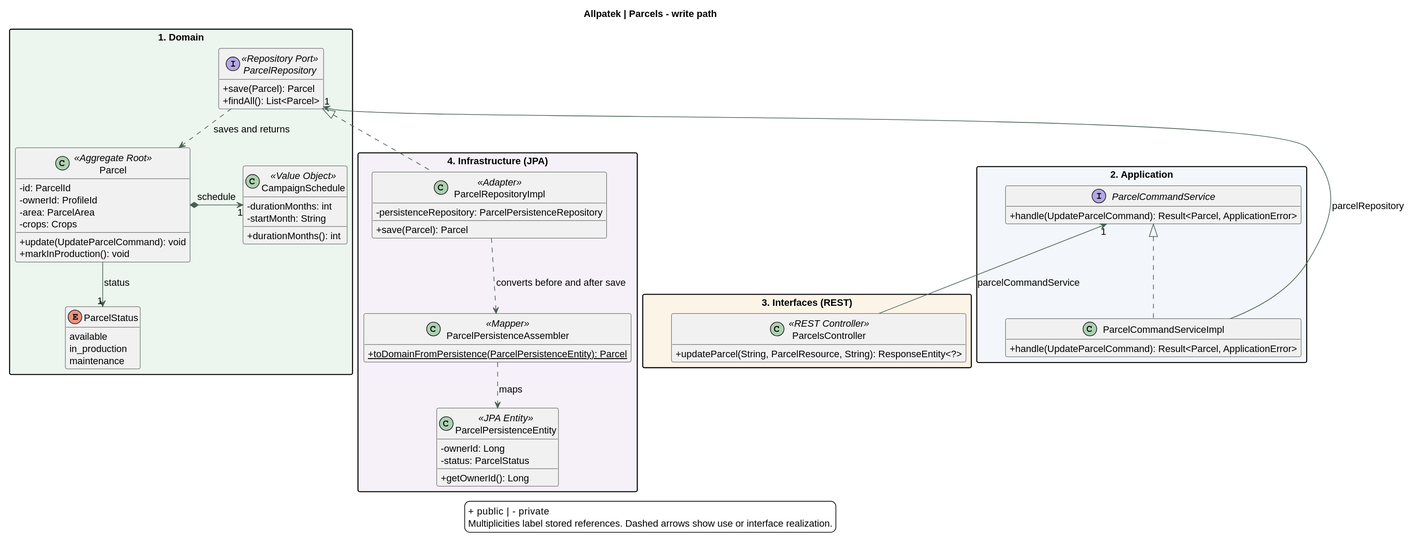
This is assets/chapter-04/architecture/09-classes-plots.svg from upc-pre-202620-1asi0729-7753-Terranova/allpatek-report, a PlantUML export, as it was before one commit.
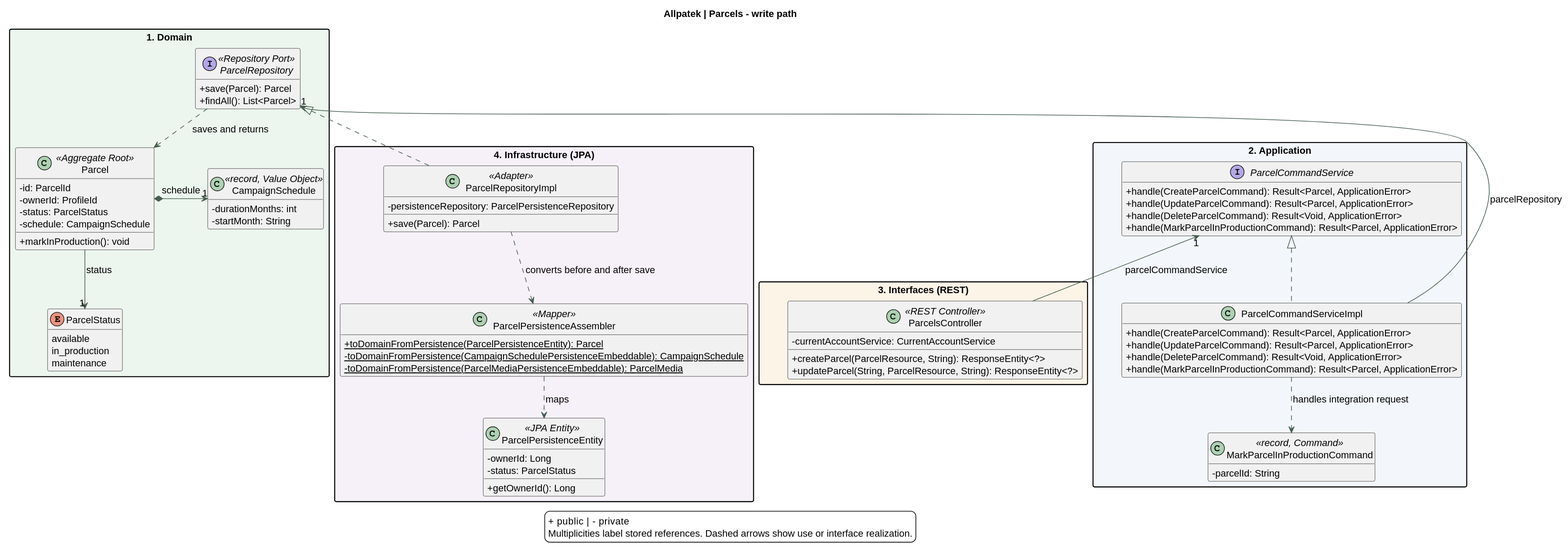
The same diagram one commit later.

Commit message:
docs(uml): align parcel ownership and production commands

What changed in the source:
```diff
@@ -16,15 +16,13 @@
   class Parcel <<Aggregate Root>> {
     -id: ParcelId
     -ownerId: ProfileId
-    -area: ParcelArea
-    -crops: Crops
-    +update(UpdateParcelCommand): void
+    -status: ParcelStatus
+    -schedule: CampaignSchedule
     +markInProduction(): void
   }
-  class CampaignSchedule <<Value Object>> {
+  class CampaignSchedule <<record, Value Object>> {
     -durationMonths: int
     -startMonth: String
-    +durationMonths(): int
   }
   interface ParcelRepository <<Repository Port>> {
     +save(Parcel): Parcel
@@ -40,16 +38,27 @@
   Parcel --> "1" ParcelStatus : status
 }
 package "2. Application" as Application #F3F6FA {
+  class MarkParcelInProductionCommand <<record, Command>> {
+    -parcelId: String
+  }
   interface ParcelCommandService {
+    +handle(CreateParcelCommand): Result<Parcel, ApplicationError>
     +handle(UpdateParcelCommand): Result<Parcel, ApplicationError>
+    +handle(DeleteParcelCommand): Result<Void, ApplicationError>
+    +handle(MarkParcelInProductionCommand): Result<Parcel, ApplicationError>
   }
   class ParcelCommandServiceImpl {
+    +handle(CreateParcelCommand): Result<Parcel, ApplicationError>
     +handle(UpdateParcelCommand): Result<Parcel, ApplicationError>
+    +handle(DeleteParcelCommand): Result<Void, ApplicationError>
+    +handle(MarkParcelInProductionCommand): Result<Parcel, ApplicationError>
   }
   ParcelCommandService <|.. ParcelCommandServiceImpl
 }
 package "3. Interfaces (REST)" as Interfaces #FDF4E8 {
   class ParcelsController <<REST Controller>> {
+    -currentAccountService: CurrentAccountService
+    +createParcel(ParcelResource, String): ResponseEntity<?>
     +updateParcel(String, ParcelResource, String): ResponseEntity<?>
   }
 }
@@ -60,6 +69,8 @@
   }
   class ParcelPersistenceAssembler <<Mapper>> {
     {static} +toDomainFromPersistence(ParcelPersistenceEntity): Parcel
+    {static} -toDomainFromPersistence(CampaignSchedulePersistenceEmbeddable): CampaignSchedule
+    {static} -toDomainFromPersistence(ParcelMediaPersistenceEmbeddable): ParcelMedia
   }
   class ParcelPersistenceEntity <<JPA Entity>> {
     -ownerId: Long
@@ -75,6 +86,7 @@
 Domain -[hidden]down-> Application
 Application -[hidden]down-> Interfaces
 
+ParcelCommandServiceImpl ..> MarkParcelInProductionCommand : handles integration request
 legend bottom
 + public  |  - private
 Multiplicities label stored references. Dashed arrows show use or interface realization.
```
